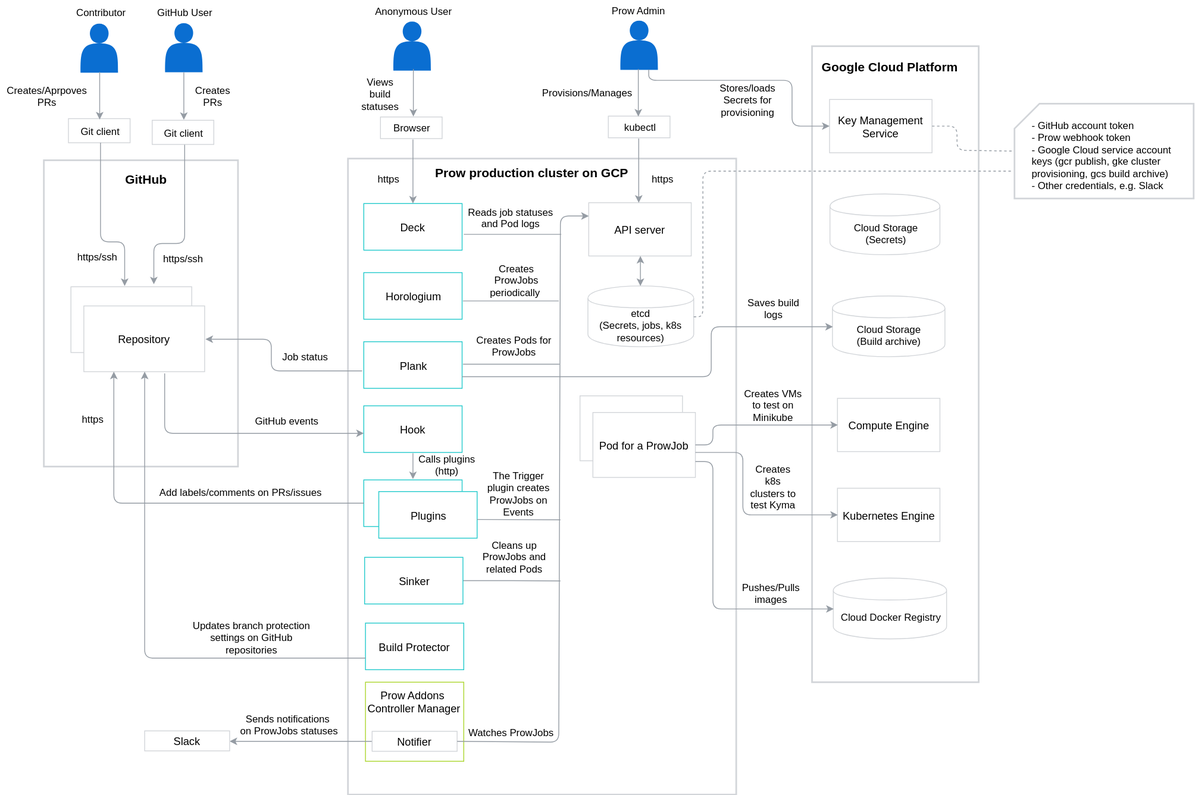
This is docs/prow/assets/prow-architecture.svg from kyma-project/test-infra, a draw.io export, as it was before one commit. Source tidied: cells renumbered, new cells last; positions are measured from the earlier drawing's top-left corner, leaving out a move shared by most shapes.
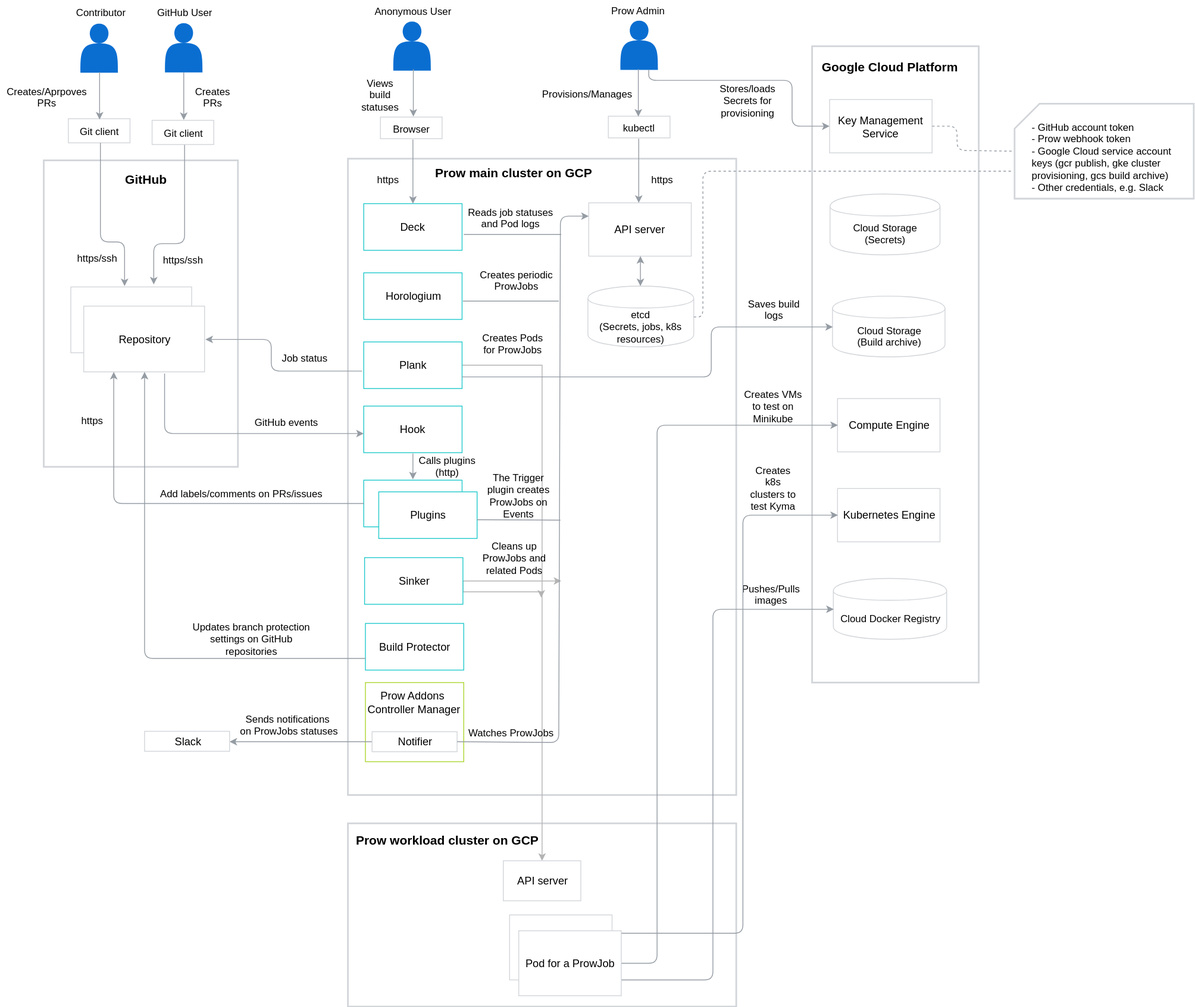
Later version of the same file.

The edit, as a diff of the source:
```diff
@@ -2,6 +2,9 @@
   <root>
     <mxCell id="0" />
     <mxCell id="1" parent="0" />
+    <mxCell id="100" style="rounded=0;whiteSpace=wrap;html=1;strokeColor=#D2D5D9;strokeWidth=2;" parent="1" vertex="1">
+      <mxGeometry x="417" y="987" width="466" height="220" as="geometry" />
+    </mxCell>
     <mxCell id="2" style="shape=actor;whiteSpace=wrap;html=1;strokeColor=none;strokeWidth=1;fillColor=#0A6ED1;gradientColor=none;fontFamily=Helvetica;fontSize=12;" parent="1" vertex="1">
       <mxGeometry x="96" y="26.9" width="45" height="59" as="geometry" />
     </mxCell>
@@ -72,6 +75,13 @@
     <mxCell id="19" value="&lt;font style=&quot;font-size: 13px&quot;&gt;Horologium&lt;/font&gt;" style="rounded=0;whiteSpace=wrap;html=1;strokeColor=#24CACC;strokeWidth=1;" parent="1" vertex="1">
       <mxGeometry x="436" y="326" width="118" height="56" as="geometry" />
     </mxCell>
+    <mxCell id="101" style="edgeStyle=orthogonalEdgeStyle;rounded=0;jettySize=auto;html=1;exitX=1;exitY=0.5;exitDx=0;exitDy=0;entryX=0.5;entryY=0;entryDx=0;entryDy=0;strokeColor=#B3B3B3;" parent="1" edge="1" source="20" target="105">
+      <mxGeometry relative="1" as="geometry">
+        <Array as="points">
+          <mxPoint x="650" y="437" />
+        </Array>
+      </mxGeometry>
+    </mxCell>
     <mxCell id="20" value="&lt;font style=&quot;font-size: 13px&quot;&gt;Plank&lt;/font&gt;" style="rounded=0;whiteSpace=wrap;html=1;strokeColor=#24CACC;strokeWidth=1;" parent="1" vertex="1">
       <mxGeometry x="436" y="409" width="118" height="56" as="geometry" />
     </mxCell>
@@ -81,11 +91,24 @@
     <mxCell id="22" style="rounded=0;whiteSpace=wrap;html=1;strokeColor=#24CACC;strokeWidth=1;" parent="1" vertex="1">
       <mxGeometry x="436" y="575" width="118" height="56" as="geometry" />
     </mxCell>
-    <mxCell id="23" style="edgeStyle=orthogonalEdgeStyle;rounded=0;html=1;exitX=1;exitY=0.5;exitDx=0;exitDy=0;jettySize=auto;endArrow=none;endFill=0;strokeColor=#959CA4;" parent="1" edge="1" source="24">
-      <mxGeometry relative="1" as="geometry">
-        <mxPoint x="672" y="696.3" as="targetPoint" />
-      </mxGeometry>
-    </mxCell>
+    <mxCell id="102" style="edgeStyle=orthogonalEdgeStyle;rounded=0;jettySize=auto;html=1;exitX=1;exitY=0.5;exitDx=0;exitDy=0;shadow=0;strokeColor=#B3B3B3;fillColor=#B3B3B3;" parent="1" edge="1" source="24">
+      <mxGeometry relative="1" as="geometry">
+        <mxPoint x="649" y="716" as="targetPoint" />
+        <Array as="points">
+          <mxPoint x="555" y="709" />
+          <mxPoint x="649" y="709" />
+        </Array>
+      </mxGeometry>
+    </mxCell>
+    <mxCell id="103" style="edgeStyle=orthogonalEdgeStyle;rounded=0;jettySize=auto;html=1;exitX=1;exitY=0.5;exitDx=0;exitDy=0;shadow=0;strokeColor=#B3B3B3;fillColor=#B3B3B3;" parent="1" edge="1" source="24">
+      <mxGeometry relative="1" as="geometry">
+        <mxPoint x="673.5" y="696" as="targetPoint" />
+        <Array as="points">
+          <mxPoint x="643" y="696" />
+          <mxPoint x="643" y="696" />
+        </Array>
+      </mxGeometry>
+    </mxCell>
     <mxCell id="24" value="&lt;font style=&quot;font-size: 13px&quot;&gt;Sinker&lt;/font&gt;" style="rounded=0;whiteSpace=wrap;html=1;strokeColor=#24CACC;strokeWidth=1;" parent="1" vertex="1">
       <mxGeometry x="437" y="668" width="118" height="56" as="geometry" />
     </mxCell>
@@ -95,15 +118,9 @@
     <mxCell id="26" value="etcd&lt;br&gt;(Secrets, jobs, k8s resources)&lt;br&gt;" style="shape=cylinder;whiteSpace=wrap;html=1;boundedLbl=1;backgroundOutline=1;strokeColor=#D2D5D9;strokeWidth=1;" parent="1" vertex="1">
       <mxGeometry x="705" y="342" width="127" height="73" as="geometry" />
     </mxCell>
-    <mxCell id="27" style="rounded=0;whiteSpace=wrap;html=1;strokeColor=#D2D5D9;strokeWidth=1;" parent="1" vertex="1">
-      <mxGeometry x="695.5" y="474" width="123" height="78" as="geometry" />
-    </mxCell>
-    <mxCell id="28" value="&lt;b&gt;&lt;font style=&quot;font-size: 15px&quot;&gt;Prow production cluster on GCP&lt;/font&gt;&lt;/b&gt;" style="text;html=1;" parent="1" vertex="1">
+    <mxCell id="28" value="&lt;b&gt;&lt;font style=&quot;font-size: 15px&quot;&gt;Prow main cluster on GCP&lt;/font&gt;&lt;/b&gt;" style="text;html=1;" parent="1" vertex="1">
       <mxGeometry x="519.5" y="191" width="176" height="28" as="geometry" />
     </mxCell>
-    <mxCell id="29" value="&lt;font style=&quot;font-size: 13px&quot;&gt;Pod for a ProwJob&lt;/font&gt;" style="rounded=0;whiteSpace=wrap;html=1;strokeColor=#D2D5D9;strokeWidth=1;" parent="1" vertex="1">
-      <mxGeometry x="711" y="494" width="123" height="78" as="geometry" />
-    </mxCell>
     <mxCell id="30" value="Browser" style="rounded=0;whiteSpace=wrap;html=1;strokeColor=#D2D5D9;strokeWidth=1;" parent="1" vertex="1">
       <mxGeometry x="456" y="139" width="74" height="26" as="geometry" />
     </mxCell>
@@ -192,12 +209,6 @@
         <mxPoint x="670" y="360" as="targetPoint" />
       </mxGeometry>
     </mxCell>
-    <mxCell id="50" style="endArrow=none;html=1;strokeColor=#959CA4;" parent="1" edge="1">
-      <mxGeometry relative="1" as="geometry">
-        <mxPoint x="555" y="436" as="sourcePoint" />
-        <mxPoint x="671" y="436" as="targetPoint" />
-      </mxGeometry>
-    </mxCell>
     <mxCell id="51" style="endArrow=none;html=1;strokeColor=#959CA4;" parent="1" edge="1">
       <mxGeometry relative="1" as="geometry">
         <mxPoint x="572" y="622.5" as="sourcePoint" />
@@ -220,9 +231,9 @@
       <mxGeometry x="574" y="656.5" width="86" height="20" as="geometry" />
     </mxCell>
     <mxCell id="56" value="Creates Pods for ProwJobs" style="text;html=1;strokeColor=none;fillColor=none;align=center;verticalAlign=middle;whiteSpace=wrap;rounded=0;" parent="1" vertex="1">
-      <mxGeometry x="569" y="396" width="95" height="35" as="geometry" />
+      <mxGeometry x="569" y="396" width="92" height="29" as="geometry" />
     </mxCell>
-    <mxCell id="57" value="Creates ProwJobs periodically&amp;nbsp;" style="text;html=1;strokeColor=none;fillColor=none;align=center;verticalAlign=middle;whiteSpace=wrap;rounded=0;" parent="1" vertex="1">
+    <mxCell id="57" value="Creates periodic ProwJobs" style="text;html=1;strokeColor=none;fillColor=none;align=center;verticalAlign=middle;whiteSpace=wrap;rounded=0;" parent="1" vertex="1">
       <mxGeometry x="572" y="317" width="95" height="35" as="geometry" />
     </mxCell>
     <mxCell id="58" value="Reads job statuses and Pod logs" style="text;html=1;strokeColor=none;fillColor=none;align=center;verticalAlign=middle;whiteSpace=wrap;rounded=0;" parent="1" vertex="1">
@@ -298,22 +309,14 @@
     <mxCell id="76" value="Provisions/Manages" style="text;html=1;strokeColor=none;fillColor=none;align=center;verticalAlign=middle;whiteSpace=wrap;rounded=0;" parent="1" vertex="1">
       <mxGeometry x="674" y="100" width="60" height="20" as="geometry" />
     </mxCell>
-    <mxCell id="77" style="endArrow=classic;html=1;strokeColor=#959CA4;exitX=1;exitY=0.75;entryX=0;entryY=0.5;" parent="1" edge="1" source="29" target="66">
-      <mxGeometry relative="1" as="geometry">
-        <Array as="points">
-          <mxPoint x="855" y="553" />
-          <mxPoint x="855" y="730" />
-        </Array>
-      </mxGeometry>
-    </mxCell>
     <mxCell id="78" value="Pushes/Pulls images" style="text;html=1;strokeColor=none;fillColor=none;align=center;verticalAlign=middle;whiteSpace=wrap;rounded=0;" parent="1" vertex="1">
       <mxGeometry x="904.5" y="701" width="40" height="20" as="geometry" />
     </mxCell>
-    <mxCell id="79" style="endArrow=classic;html=1;strokeColor=#959CA4;exitX=1;exitY=0.5;entryX=0;entryY=0.5;" parent="1" edge="1" target="65">
+    <mxCell id="79" style="endArrow=classic;html=1;strokeColor=#959CA4;entryX=0;entryY=0.5;" parent="1" edge="1" target="65">
       <mxGeometry relative="1" as="geometry">
-        <mxPoint x="834" y="542" as="sourcePoint" />
+        <mxPoint x="700" y="1119" as="sourcePoint" />
         <Array as="points">
-          <mxPoint x="891" y="542" />
+          <mxPoint x="891" y="1119" />
           <mxPoint x="891" y="617" />
         </Array>
       </mxGeometry>
@@ -321,14 +324,6 @@
     <mxCell id="80" value="Creates k8s clusters to test Kyma" style="text;html=1;strokeColor=none;fillColor=none;align=center;verticalAlign=middle;whiteSpace=wrap;rounded=0;" parent="1" vertex="1">
       <mxGeometry x="899" y="572.5" width="57" height="20" as="geometry" />
     </mxCell>
-    <mxCell id="81" style="endArrow=classic;html=1;strokeColor=#959CA4;exitX=1;exitY=0.5;entryX=0;entryY=0.5;" parent="1" edge="1" source="29" target="64">
-      <mxGeometry relative="1" as="geometry">
-        <Array as="points">
-          <mxPoint x="855" y="533" />
-          <mxPoint x="855" y="509" />
-        </Array>
-      </mxGeometry>
-    </mxCell>
     <mxCell id="82" value="Creates VMs to test on Minikube" style="text;html=1;strokeColor=none;fillColor=none;align=center;verticalAlign=middle;whiteSpace=wrap;rounded=0;" parent="1" vertex="1">
       <mxGeometry x="889" y="465" width="77" height="40" as="geometry" />
     </mxCell>
@@ -410,5 +405,33 @@
     <mxCell id="99" value="&lt;div style=&quot;text-align: center&quot;&gt;Sends notifications&amp;nbsp;&lt;/div&gt;&lt;div style=&quot;text-align: center&quot;&gt;on ProwJobs statuses&lt;/div&gt;" style="text;html=1;" parent="1" vertex="1">
       <mxGeometry x="285.5" y="849" width="123" height="45" as="geometry" />
     </mxCell>
+    <mxCell id="104" value="&lt;b&gt;&lt;font style=&quot;font-size: 15px&quot;&gt;Prow workload cluster on GCP&lt;/font&gt;&lt;/b&gt;" style="text;html=1;" parent="1" vertex="1">
+      <mxGeometry x="425" y="992" width="176" height="28" as="geometry" />
+    </mxCell>
+    <mxCell id="81" style="endArrow=classic;html=1;strokeColor=#959CA4;exitX=1;exitY=0.5;entryX=0;entryY=0.5;" parent="1" edge="1" source="29" target="64">
+      <mxGeometry relative="1" as="geometry">
+        <Array as="points">
+          <mxPoint x="788" y="1155" />
+          <mxPoint x="788" y="509" />
+        </Array>
+      </mxGeometry>
+    </mxCell>
+    <mxCell id="77" style="endArrow=classic;html=1;strokeColor=#959CA4;exitX=1;exitY=0.75;entryX=0;entryY=0.5;" parent="1" edge="1" source="29" target="66">
+      <mxGeometry relative="1" as="geometry">
+        <Array as="points">
+          <mxPoint x="855" y="1175" />
+          <mxPoint x="855" y="730" />
+        </Array>
+      </mxGeometry>
+    </mxCell>
+    <mxCell id="27" style="rounded=0;whiteSpace=wrap;html=1;strokeColor=#D2D5D9;strokeWidth=1;" parent="1" vertex="1">
+      <mxGeometry x="611" y="1097" width="123" height="78" as="geometry" />
+    </mxCell>
+    <mxCell id="29" value="&lt;font style=&quot;font-size: 13px&quot;&gt;Pod for a ProwJob&lt;/font&gt;" style="rounded=0;whiteSpace=wrap;html=1;strokeColor=#D2D5D9;strokeWidth=1;" parent="1" vertex="1">
+      <mxGeometry x="622" y="1116" width="123" height="78" as="geometry" />
+    </mxCell>
+    <mxCell id="105" value="&lt;font style=&quot;font-size: 13px&quot;&gt;API server&lt;/font&gt;" style="rounded=0;whiteSpace=wrap;html=1;strokeColor=#D2D5D9;strokeWidth=1;" parent="1" vertex="1">
+      <mxGeometry x="603.5" y="1032" width="93" height="48" as="geometry" />
+    </mxCell>
   </root>
 </mxGraphModel>
```
